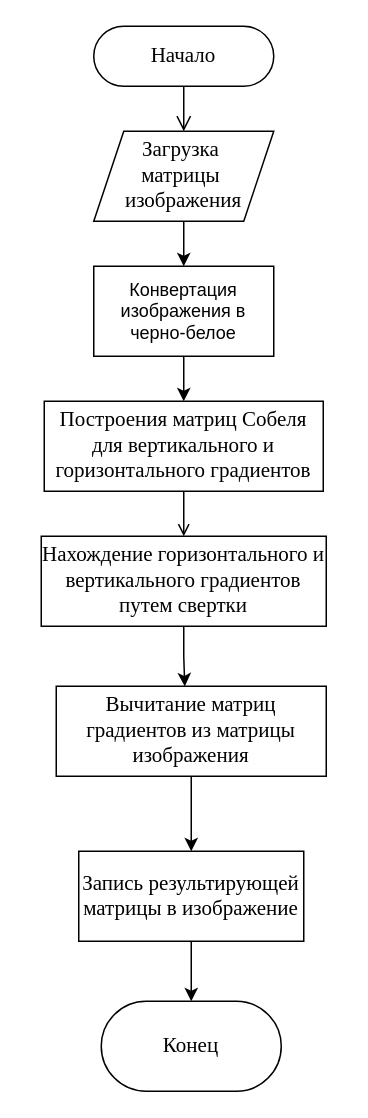
Above: Highlighting.drawio in aleksey-lihodievski/flow-charts (draw.io), before the change. Source tidied: cells renumbered, new cells numbered last; positions are measured from the earlier drawing's top-left corner, leaving out a move shared by most shapes. Both pictures are drawn from the tidied source at 150%, with x=0, y=0 at pixel (40, 26).
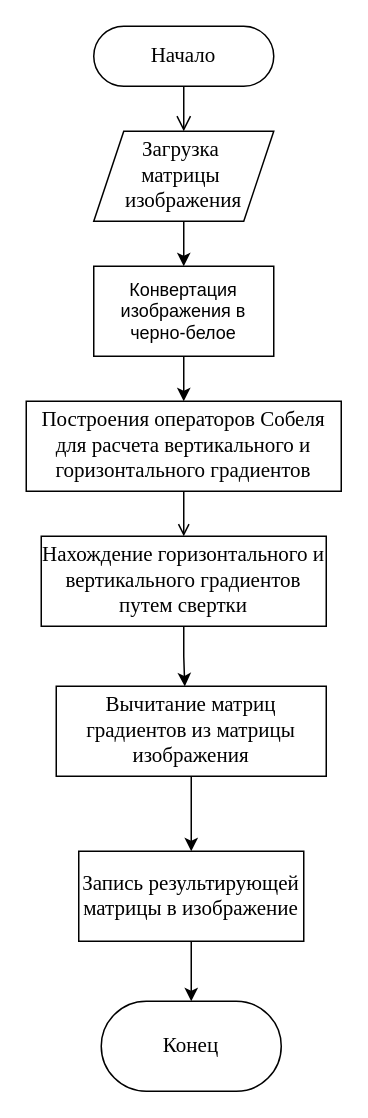
The same page after the edit.

What changed in the source:
```diff
@@
 <mxGraphModel>
   <root>
     <mxCell id="0" />
     <mxCell id="1" parent="0" />
     <mxCell id="2" style="rounded=0;html=1;jettySize=auto;fontSize=14;endArrow=open;endFill=0;endSize=8;strokeWidth=1;shadow=0;labelBackgroundColor=none;edgeStyle=orthogonalEdgeStyle;entryX=0.5;entryY=0;entryDx=0;entryDy=0;fontFamily=Times New Roman;" parent="1" edge="1" source="3" target="5">
       <mxGeometry relative="1" as="geometry" />
     </mxCell>
     <mxCell id="3" value="Начало" style="rounded=1;whiteSpace=wrap;html=1;fontSize=14;glass=0;strokeWidth=1;shadow=0;arcSize=50;fontFamily=Times New Roman;" parent="1" vertex="1">
       <mxGeometry x="35" width="120" height="40" as="geometry" />
     </mxCell>
     <mxCell id="4" style="edgeStyle=orthogonalEdgeStyle;rounded=0;jettySize=auto;html=1;entryX=0.5;entryY=0;entryDx=0;entryDy=0;" parent="1" edge="1" source="5" target="14">
       <mxGeometry relative="1" as="geometry" />
     </mxCell>
     <mxCell id="5" value="Загрузка&amp;nbsp;&lt;div style=&quot;font-size: 14px;&quot;&gt;матрицы&amp;nbsp;&lt;/div&gt;&lt;div style=&quot;font-size: 14px;&quot;&gt;изображения&lt;/div&gt;" style="shape=parallelogram;perimeter=parallelogramPerimeter;whiteSpace=wrap;html=1;fixedSize=1;fontFamily=Times New Roman;fontSize=14;" parent="1" vertex="1">
       <mxGeometry x="35" y="70" width="120" height="60" as="geometry" />
     </mxCell>
     <mxCell id="6" style="edgeStyle=orthogonalEdgeStyle;rounded=0;jettySize=auto;html=1;endArrow=open;endFill=0;" parent="1" edge="1" source="7" target="9">
       <mxGeometry relative="1" as="geometry" />
     </mxCell>
-    <mxCell id="7" value="Построения матриц Собеля для вертикального и горизонтального градиентов" style="rounded=0;whiteSpace=wrap;html=1;fontFamily=Times New Roman;fontSize=14;" parent="1" vertex="1">
-      <mxGeometry x="2" y="250" width="186" height="60" as="geometry" />
+    <mxCell id="7" value="Построения операторов Собеля для расчета вертикального и горизонтального градиентов" style="rounded=0;whiteSpace=wrap;html=1;fontFamily=Times New Roman;fontSize=14;" parent="1" vertex="1">
+      <mxGeometry x="-10" y="250" width="210" height="60" as="geometry" />
     </mxCell>
     <mxCell id="8" style="edgeStyle=orthogonalEdgeStyle;rounded=0;jettySize=auto;html=1;entryX=0.476;entryY=0.002;entryDx=0;entryDy=0;entryPerimeter=0;" parent="1" edge="1" source="9" target="12">
       <mxGeometry relative="1" as="geometry" />
     </mxCell>
     <mxCell id="9" value="Нахождение горизонтального и вертикального градиентов путем свертки" style="whiteSpace=wrap;html=1;fontSize=14;fontFamily=Times New Roman;rounded=0;" parent="1" vertex="1">
       <mxGeometry y="340" width="190" height="60" as="geometry" />
     </mxCell>
     <mxCell id="10" value="Конец" style="rounded=1;whiteSpace=wrap;html=1;arcSize=50;fontFamily=Times New Roman;fontSize=14;" parent="1" vertex="1">
       <mxGeometry x="40" y="650" width="120" height="60" as="geometry" />
     </mxCell>
     <mxCell id="11" style="edgeStyle=orthogonalEdgeStyle;rounded=0;jettySize=auto;html=1;entryX=0.5;entryY=0;entryDx=0;entryDy=0;" parent="1" edge="1" source="12" target="16">
       <mxGeometry relative="1" as="geometry" />
     </mxCell>
     <mxCell id="12" value="Вычитание матриц градиентов из матрицы изображения" style="whiteSpace=wrap;html=1;fontSize=14;fontFamily=Times New Roman;rounded=0;" parent="1" vertex="1">
       <mxGeometry x="10" y="440" width="180" height="60" as="geometry" />
     </mxCell>
     <mxCell id="13" style="edgeStyle=orthogonalEdgeStyle;rounded=0;jettySize=auto;html=1;entryX=0.5;entryY=0;entryDx=0;entryDy=0;" parent="1" edge="1" source="14" target="7">
       <mxGeometry relative="1" as="geometry" />
     </mxCell>
     <mxCell id="14" value="Конвертация изображения в черно-белое" style="rounded=0;whiteSpace=wrap;html=1;" parent="1" vertex="1">
       <mxGeometry x="35" y="160" width="120" height="60" as="geometry" />
     </mxCell>
     <mxCell id="15" style="edgeStyle=orthogonalEdgeStyle;rounded=0;jettySize=auto;html=1;entryX=0.5;entryY=0;entryDx=0;entryDy=0;" parent="1" edge="1" source="16" target="10">
       <mxGeometry relative="1" as="geometry" />
     </mxCell>
     <mxCell id="16" value="Запись результирующей матрицы в изображение" style="whiteSpace=wrap;html=1;fontSize=14;fontFamily=Times New Roman;rounded=0;" parent="1" vertex="1">
       <mxGeometry x="25" y="550" width="150" height="60" as="geometry" />
     </mxCell>
   </root>
 </mxGraphModel>
```
